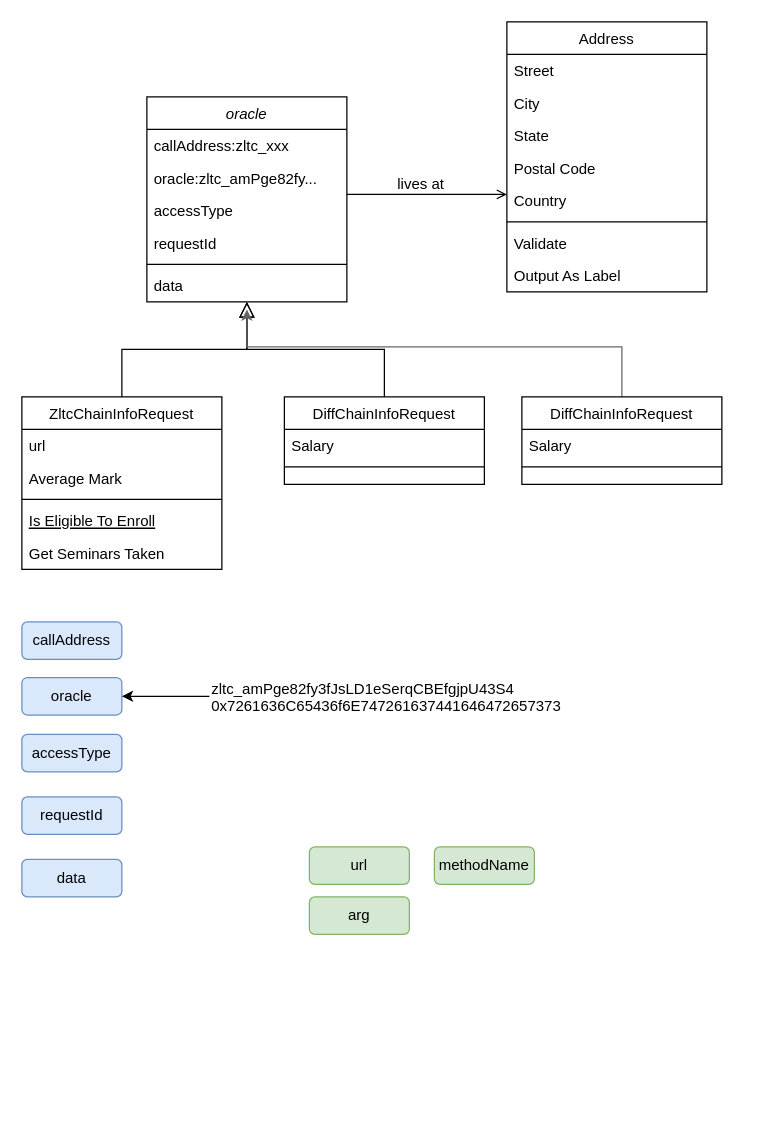
CamilleZxt/asset keeps this draw.io diagram as 预言机方案跨链协议.drawio. Above is the earlier version. Source tidied: cells renumbered, new cells numbered last; positions are measured from the earlier drawing's top-left corner, leaving out a move shared by most shapes. Both pictures are drawn from the tidied source at 125%, with x=0, y=0 at pixel (21, 21).
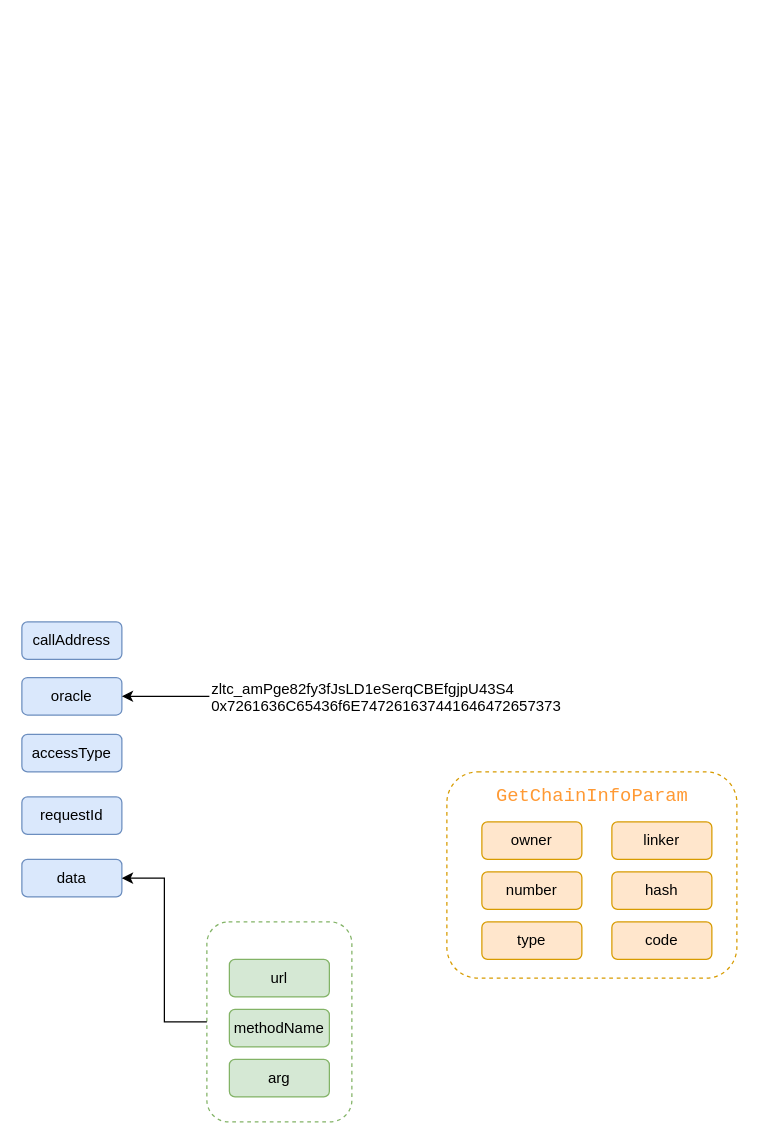
The same diagram, later.

Commit message (it also covers changes not shown here):
更新预言机方案跨链协议.drawio

Unchanged cells that the change refers to:
```xml
<mxCell id="39" value="&lt;span style=&quot;text-align: left;&quot;&gt;data&lt;/span&gt;" style="rounded=1;whiteSpace=wrap;html=1;labelBackgroundColor=none;fillColor=#dae8fc;strokeColor=#6c8ebf;" parent="1" vertex="1">
  <mxGeometry y="670" width="80" height="30" as="geometry" />
</mxCell>
```

The edit, as a diff of the source:
```diff
@@
-    <mxCell id="2" value="oracle" style="swimlane;fontStyle=2;align=center;verticalAlign=top;horizontal=1;startSize=26;rounded=0;shadow=0;strokeWidth=1;" parent="1" vertex="1">
-      <mxGeometry x="100" y="60" width="160" height="164" as="geometry" />
-    </mxCell>
-    <mxCell id="3" value="callAddress:zltc_xxx" style="text;align=left;verticalAlign=top;spacingLeft=4;spacingRight=4;overflow=hidden;" parent="2" vertex="1">
-      <mxGeometry y="26" width="160" height="26" as="geometry" />
-    </mxCell>
-    <mxCell id="4" value="oracle:zltc_amPge82fy..." style="text;align=left;verticalAlign=top;spacingLeft=4;spacingRight=4;overflow=hidden;rounded=0;shadow=0;html=0;" parent="2" vertex="1">
-      <mxGeometry y="52" width="160" height="26" as="geometry" />
-    </mxCell>
-    <mxCell id="5" value="accessType" style="text;align=left;verticalAlign=top;spacingLeft=4;spacingRight=4;overflow=hidden;rounded=0;shadow=0;html=0;" parent="2" vertex="1">
-      <mxGeometry y="78" width="160" height="26" as="geometry" />
-    </mxCell>
-    <mxCell id="6" value="requestId" style="text;align=left;verticalAlign=top;spacingLeft=4;spacingRight=4;overflow=hidden;rounded=0;shadow=0;html=0;" parent="2" vertex="1">
-      <mxGeometry y="104" width="160" height="26" as="geometry" />
-    </mxCell>
-    <mxCell id="7" style="line;html=1;strokeWidth=1;align=left;verticalAlign=middle;spacingTop=-1;spacingLeft=3;spacingRight=3;labelPosition=right;" parent="2" vertex="1">
-      <mxGeometry y="130" width="160" height="8" as="geometry" />
-    </mxCell>
-    <mxCell id="8" value="data" style="text;align=left;verticalAlign=top;spacingLeft=4;spacingRight=4;overflow=hidden;" parent="2" vertex="1">
-      <mxGeometry y="138" width="160" height="26" as="geometry" />
-    </mxCell>
-    <mxCell id="9" value="ZltcChainInfoRequest" style="swimlane;fontStyle=0;align=center;verticalAlign=top;horizontal=1;startSize=26;rounded=0;shadow=0;strokeWidth=1;labelBackgroundColor=none;fontColor=default;" parent="1" vertex="1">
-      <mxGeometry y="300" width="160" height="138" as="geometry" />
-    </mxCell>
-    <mxCell id="10" value="url" style="text;align=left;verticalAlign=top;spacingLeft=4;spacingRight=4;overflow=hidden;" parent="9" vertex="1">
-      <mxGeometry y="26" width="160" height="26" as="geometry" />
-    </mxCell>
-    <mxCell id="11" value="Average Mark" style="text;align=left;verticalAlign=top;spacingLeft=4;spacingRight=4;overflow=hidden;rounded=0;shadow=0;html=0;" parent="9" vertex="1">
-      <mxGeometry y="52" width="160" height="26" as="geometry" />
-    </mxCell>
-    <mxCell id="12" style="line;html=1;strokeWidth=1;align=left;verticalAlign=middle;spacingTop=-1;spacingLeft=3;spacingRight=3;labelPosition=right;" parent="9" vertex="1">
-      <mxGeometry y="78" width="160" height="8" as="geometry" />
-    </mxCell>
-    <mxCell id="13" value="Is Eligible To Enroll" style="text;align=left;verticalAlign=top;spacingLeft=4;spacingRight=4;overflow=hidden;fontStyle=4;" parent="9" vertex="1">
-      <mxGeometry y="86" width="160" height="26" as="geometry" />
-    </mxCell>
-    <mxCell id="14" value="Get Seminars Taken" style="text;align=left;verticalAlign=top;spacingLeft=4;spacingRight=4;overflow=hidden;" parent="9" vertex="1">
-      <mxGeometry y="112" width="160" height="26" as="geometry" />
-    </mxCell>
-    <mxCell id="15" style="endArrow=block;endSize=10;endFill=0;shadow=0;strokeWidth=1;rounded=0;edgeStyle=elbowEdgeStyle;elbow=vertical;" parent="1" edge="1" source="9" target="2">
-      <mxGeometry relative="1" as="geometry" />
-    </mxCell>
-    <mxCell id="16" value="DiffChainInfoRequest" style="swimlane;fontStyle=0;align=center;verticalAlign=top;horizontal=1;startSize=26;rounded=0;shadow=0;strokeWidth=1;" parent="1" vertex="1">
-      <mxGeometry x="210" y="300" width="160" height="70" as="geometry" />
-    </mxCell>
-    <mxCell id="17" value="Salary" style="text;align=left;verticalAlign=top;spacingLeft=4;spacingRight=4;overflow=hidden;" parent="16" vertex="1">
-      <mxGeometry y="26" width="160" height="26" as="geometry" />
-    </mxCell>
-    <mxCell id="18" style="line;html=1;strokeWidth=1;align=left;verticalAlign=middle;spacingTop=-1;spacingLeft=3;spacingRight=3;labelPosition=right;" parent="16" vertex="1">
-      <mxGeometry y="52" width="160" height="8" as="geometry" />
-    </mxCell>
-    <mxCell id="19" style="endArrow=block;endSize=10;endFill=0;shadow=0;strokeWidth=1;rounded=0;edgeStyle=elbowEdgeStyle;elbow=vertical;" parent="1" edge="1" source="16" target="2">
-      <mxGeometry relative="1" as="geometry" />
-    </mxCell>
-    <mxCell id="20" value="Address" style="swimlane;fontStyle=0;align=center;verticalAlign=top;horizontal=1;startSize=26;rounded=0;shadow=0;strokeWidth=1;" parent="1" vertex="1">
-      <mxGeometry x="388" width="160" height="216" as="geometry" />
-    </mxCell>
-    <mxCell id="21" value="Street" style="text;align=left;verticalAlign=top;spacingLeft=4;spacingRight=4;overflow=hidden;" parent="20" vertex="1">
-      <mxGeometry y="26" width="160" height="26" as="geometry" />
-    </mxCell>
-    <mxCell id="22" value="City" style="text;align=left;verticalAlign=top;spacingLeft=4;spacingRight=4;overflow=hidden;rounded=0;shadow=0;html=0;" parent="20" vertex="1">
-      <mxGeometry y="52" width="160" height="26" as="geometry" />
-    </mxCell>
-    <mxCell id="23" value="State" style="text;align=left;verticalAlign=top;spacingLeft=4;spacingRight=4;overflow=hidden;rounded=0;shadow=0;html=0;" parent="20" vertex="1">
-      <mxGeometry y="78" width="160" height="26" as="geometry" />
-    </mxCell>
-    <mxCell id="24" value="Postal Code" style="text;align=left;verticalAlign=top;spacingLeft=4;spacingRight=4;overflow=hidden;rounded=0;shadow=0;html=0;" parent="20" vertex="1">
-      <mxGeometry y="104" width="160" height="26" as="geometry" />
-    </mxCell>
-    <mxCell id="25" value="Country" style="text;align=left;verticalAlign=top;spacingLeft=4;spacingRight=4;overflow=hidden;rounded=0;shadow=0;html=0;" parent="20" vertex="1">
-      <mxGeometry y="130" width="160" height="26" as="geometry" />
-    </mxCell>
-    <mxCell id="26" style="line;html=1;strokeWidth=1;align=left;verticalAlign=middle;spacingTop=-1;spacingLeft=3;spacingRight=3;labelPosition=right;" parent="20" vertex="1">
-      <mxGeometry y="156" width="160" height="8" as="geometry" />
-    </mxCell>
-    <mxCell id="27" value="Validate" style="text;align=left;verticalAlign=top;spacingLeft=4;spacingRight=4;overflow=hidden;" parent="20" vertex="1">
-      <mxGeometry y="164" width="160" height="26" as="geometry" />
-    </mxCell>
-    <mxCell id="28" value="Output As Label" style="text;align=left;verticalAlign=top;spacingLeft=4;spacingRight=4;overflow=hidden;" parent="20" vertex="1">
-      <mxGeometry y="190" width="160" height="26" as="geometry" />
-    </mxCell>
-    <mxCell id="29" style="endArrow=open;shadow=0;strokeWidth=1;rounded=0;endFill=1;edgeStyle=elbowEdgeStyle;elbow=vertical;" parent="1" edge="1" source="2" target="20">
-      <mxGeometry x="0.5" y="41" relative="1" as="geometry">
-        <mxPoint x="-40" y="32" as="offset" />
-      </mxGeometry>
-    </mxCell>
-    <mxCell id="30" value="lives at" style="text;html=1;align=center;verticalAlign=middle;labelBackgroundColor=none;rounded=0;shadow=0;strokeWidth=1;fontSize=12;" parent="29" vertex="1">
-      <mxGeometry x="0.5" y="49" relative="1" as="geometry">
-        <mxPoint x="-38" y="40" as="offset" />
-      </mxGeometry>
-    </mxCell>
-    <mxCell id="31" style="edgeStyle=orthogonalEdgeStyle;rounded=0;jettySize=auto;html=1;fontColor=default;exitX=0.5;exitY=0;exitDx=0;exitDy=0;fillColor=#f5f5f5;strokeColor=#666666;" parent="1" edge="1" source="32">
-      <mxGeometry relative="1" as="geometry">
-        <mxPoint x="180" y="230" as="targetPoint" />
-        <Array as="points">
-          <mxPoint x="480" y="260" />
-          <mxPoint x="180" y="260" />
-        </Array>
-      </mxGeometry>
-    </mxCell>
-    <mxCell id="32" value="DiffChainInfoRequest" style="swimlane;fontStyle=0;align=center;verticalAlign=top;horizontal=1;startSize=26;rounded=0;shadow=0;strokeWidth=1;" parent="1" vertex="1">
-      <mxGeometry x="400" y="300" width="160" height="70" as="geometry" />
-    </mxCell>
-    <mxCell id="33" value="Salary" style="text;align=left;verticalAlign=top;spacingLeft=4;spacingRight=4;overflow=hidden;" parent="32" vertex="1">
-      <mxGeometry y="26" width="160" height="26" as="geometry" />
-    </mxCell>
-    <mxCell id="34" style="line;html=1;strokeWidth=1;align=left;verticalAlign=middle;spacingTop=-1;spacingLeft=3;spacingRight=3;labelPosition=right;" parent="32" vertex="1">
-      <mxGeometry y="52" width="160" height="8" as="geometry" />
-    </mxCell>
@@
+    <mxCell id="45" style="group;" parent="1" vertex="1">
+      <mxGeometry x="150" y="720" width="116" height="160" as="geometry" />
+    </mxCell>
-    <mxCell id="42" value="&lt;span style=&quot;text-align: left;&quot;&gt;url&lt;/span&gt;" style="rounded=1;whiteSpace=wrap;html=1;labelBackgroundColor=none;fillColor=#d5e8d4;strokeColor=#82b366;" parent="1" vertex="1">
-      <mxGeometry x="230" y="660" width="80" height="30" as="geometry" />
+    <mxCell id="42" value="&lt;span style=&quot;text-align: left;&quot;&gt;url&lt;/span&gt;" style="rounded=1;whiteSpace=wrap;html=1;labelBackgroundColor=none;fillColor=#d5e8d4;strokeColor=#82b366;" parent="45" vertex="1">
+      <mxGeometry x="16" y="30" width="80" height="30" as="geometry" />
     </mxCell>
-    <mxCell id="43" value="&lt;span style=&quot;text-align: left;&quot;&gt;methodName&lt;/span&gt;" style="rounded=1;whiteSpace=wrap;html=1;labelBackgroundColor=none;fillColor=#d5e8d4;strokeColor=#82b366;" parent="1" vertex="1">
-      <mxGeometry x="330" y="660" width="80" height="30" as="geometry" />
+    <mxCell id="43" value="&lt;span style=&quot;text-align: left;&quot;&gt;methodName&lt;/span&gt;" style="rounded=1;whiteSpace=wrap;html=1;labelBackgroundColor=none;fillColor=#d5e8d4;strokeColor=#82b366;" parent="45" vertex="1">
+      <mxGeometry x="16" y="70" width="80" height="30" as="geometry" />
     </mxCell>
-    <mxCell id="44" value="&lt;span style=&quot;text-align: left;&quot;&gt;arg&lt;/span&gt;" style="rounded=1;whiteSpace=wrap;html=1;labelBackgroundColor=none;fillColor=#d5e8d4;strokeColor=#82b366;" parent="1" vertex="1">
-      <mxGeometry x="230" y="700" width="80" height="30" as="geometry" />
+    <mxCell id="44" value="&lt;span style=&quot;text-align: left;&quot;&gt;arg&lt;/span&gt;" style="rounded=1;whiteSpace=wrap;html=1;labelBackgroundColor=none;fillColor=#d5e8d4;strokeColor=#82b366;" parent="45" vertex="1">
+      <mxGeometry x="16" y="110" width="80" height="30" as="geometry" />
     </mxCell>
+    <mxCell id="46" style="rounded=1;whiteSpace=wrap;html=1;labelBackgroundColor=none;dashed=1;strokeColor=#82B366;fillColor=none;" parent="45" vertex="1">
+      <mxGeometry x="-2" width="116" height="160" as="geometry" />
+    </mxCell>
+    <mxCell id="47" style="edgeStyle=orthogonalEdgeStyle;rounded=0;jettySize=auto;html=1;entryX=1;entryY=0.5;entryDx=0;entryDy=0;fontColor=default;" parent="1" edge="1" source="46" target="39">
+      <mxGeometry relative="1" as="geometry" />
+    </mxCell>
+    <mxCell id="48" value="&lt;pre style=&quot;background-color:#2b2b2b;color:#a9b7c6;font-family:'Consolas',monospace;font-size:11.3pt;&quot;&gt;&lt;br&gt;&lt;/pre&gt;" style="text;whiteSpace=wrap;html=1;fontColor=default;" parent="1" vertex="1">
+      <mxGeometry x="328" y="610" width="112" height="50" as="geometry" />
+    </mxCell>
+    <mxCell id="49" style="group;" parent="1" vertex="1">
+      <mxGeometry x="340" y="590" width="232" height="175" as="geometry" />
+    </mxCell>
+    <mxCell id="50" value="&lt;span style=&quot;text-align: left;&quot;&gt;owner&lt;/span&gt;" style="rounded=1;whiteSpace=wrap;html=1;labelBackgroundColor=none;fillColor=#ffe6cc;strokeColor=#d79b00;" parent="49" vertex="1">
+      <mxGeometry x="28" y="50" width="80" height="30" as="geometry" />
+    </mxCell>
+    <mxCell id="51" value="&lt;span style=&quot;text-align: left;&quot;&gt;number&lt;/span&gt;" style="rounded=1;whiteSpace=wrap;html=1;labelBackgroundColor=none;fillColor=#ffe6cc;strokeColor=#d79b00;" parent="49" vertex="1">
+      <mxGeometry x="28" y="90" width="80" height="30" as="geometry" />
+    </mxCell>
+    <mxCell id="52" style="rounded=1;whiteSpace=wrap;html=1;labelBackgroundColor=none;dashed=1;strokeColor=#d79b00;fillColor=none;" parent="49" vertex="1">
+      <mxGeometry y="10" width="232" height="165" as="geometry" />
+    </mxCell>
+    <mxCell id="53" value="&lt;pre style=&quot;font-family: Consolas, monospace; font-size: 11.3pt;&quot;&gt;&lt;font color=&quot;#ff9933&quot;&gt;GetChainInfoParam&lt;/font&gt;&lt;/pre&gt;" style="text;html=1;align=center;verticalAlign=middle;strokeColor=none;fillColor=none;dashed=1;labelBackgroundColor=none;" parent="49" vertex="1">
+      <mxGeometry x="36" width="160" height="60" as="geometry" />
+    </mxCell>
+    <mxCell id="54" value="&lt;div style=&quot;text-align: left;&quot;&gt;hash&lt;/div&gt;" style="rounded=1;whiteSpace=wrap;html=1;labelBackgroundColor=none;fillColor=#ffe6cc;strokeColor=#d79b00;" parent="49" vertex="1">
+      <mxGeometry x="132" y="90" width="80" height="30" as="geometry" />
+    </mxCell>
+    <mxCell id="55" value="&lt;div style=&quot;text-align: left;&quot;&gt;type&lt;/div&gt;" style="rounded=1;whiteSpace=wrap;html=1;labelBackgroundColor=none;fillColor=#ffe6cc;strokeColor=#d79b00;" parent="49" vertex="1">
+      <mxGeometry x="28" y="130" width="80" height="30" as="geometry" />
+    </mxCell>
+    <mxCell id="56" value="&lt;div style=&quot;text-align: left;&quot;&gt;linker&lt;/div&gt;" style="rounded=1;whiteSpace=wrap;html=1;labelBackgroundColor=none;fillColor=#ffe6cc;strokeColor=#d79b00;" parent="49" vertex="1">
+      <mxGeometry x="132" y="50" width="80" height="30" as="geometry" />
+    </mxCell>
+    <mxCell id="57" value="&lt;div style=&quot;text-align: left;&quot;&gt;code&lt;/div&gt;" style="rounded=1;whiteSpace=wrap;html=1;labelBackgroundColor=none;fillColor=#ffe6cc;strokeColor=#d79b00;" parent="49" vertex="1">
+      <mxGeometry x="132" y="130" width="80" height="30" as="geometry" />
+    </mxCell>
```
